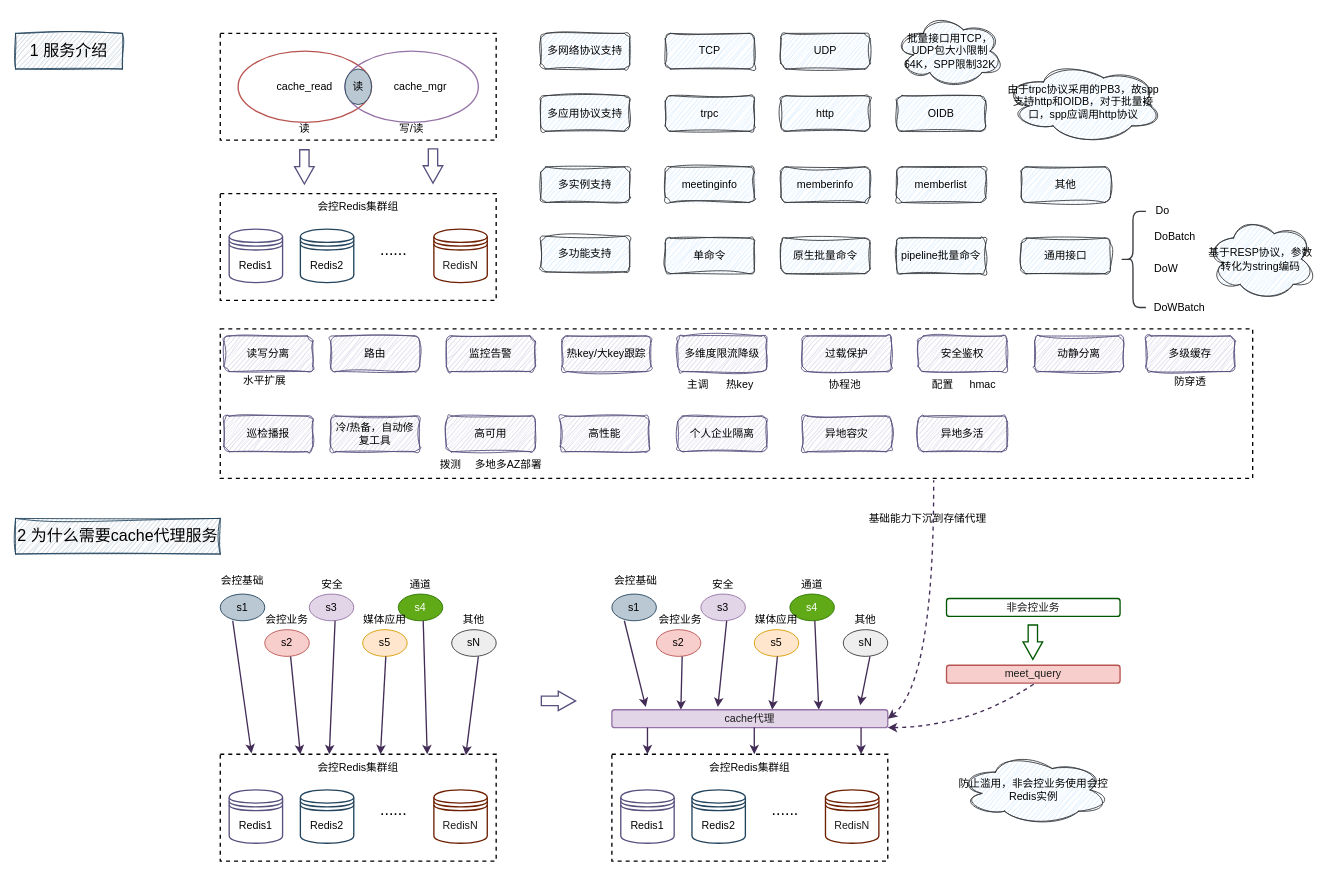
melonshell/draw.io keeps this draw.io diagram as base/cache架构.drawio. Above is the earlier version. Source tidied: cells renumbered, new cells numbered last; positions are measured from the earlier drawing's top-left corner, leaving out a move shared by most shapes. Both pictures are drawn from the tidied source at 89%, with x=0, y=0 at pixel (15, 15).
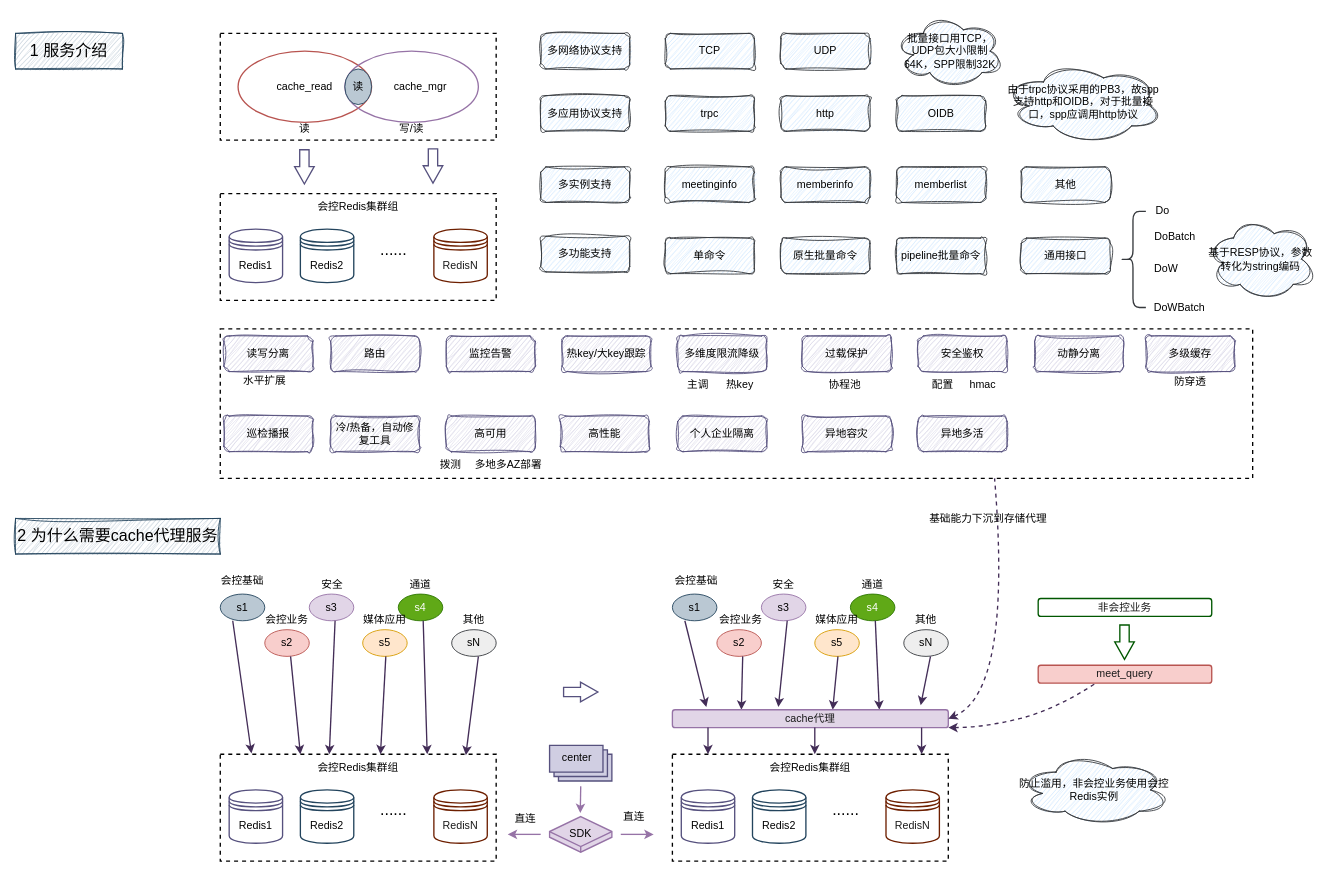
After the change.

The change refers to these unchanged cells:
```xml
<mxCell id="2" style="rounded=0;whiteSpace=wrap;html=1;fillColor=none;strokeWidth=1.5;dashed=1;" parent="1" vertex="1">
  <mxGeometry x="230" y="352" width="1160" height="168" as="geometry" />
</mxCell>
```

What changed in the source:
```diff
@@
     <mxCell id="89" style="shape=flexArrow;endArrow=classic;html=1;rounded=0;endWidth=10;endSize=6;strokeWidth=1.5;fillColor=none;strokeColor=#56517e;" parent="1" edge="1">
       <mxGeometry relative="1" as="geometry">
-        <mxPoint x="590" y="770" as="sourcePoint" />
-        <mxPoint x="630" y="770" as="targetPoint" />
+        <mxPoint x="615" y="760" as="sourcePoint" />
+        <mxPoint x="655" y="760" as="targetPoint" />
       </mxGeometry>
     </mxCell>
     <mxCell id="90" style="rounded=0;whiteSpace=wrap;html=1;fillColor=none;strokeWidth=1.5;dashed=1;" parent="1" vertex="1">
-      <mxGeometry x="670" y="830" width="310" height="120" as="geometry" />
+      <mxGeometry x="738" y="830" width="310" height="120" as="geometry" />
     </mxCell>
     <mxCell id="91" value="Redis1" style="shape=datastore;whiteSpace=wrap;html=1;strokeWidth=1.5;fillColor=none;strokeColor=#56517e;" parent="1" vertex="1">
-      <mxGeometry x="680" y="870" width="60" height="60" as="geometry" />
+      <mxGeometry x="748" y="870" width="60" height="60" as="geometry" />
     </mxCell>
     <mxCell id="92" value="Redis2" style="shape=datastore;whiteSpace=wrap;html=1;strokeWidth=1.5;fillColor=none;strokeColor=#23445d;" parent="1" vertex="1">
-      <mxGeometry x="760" y="870" width="60" height="60" as="geometry" />
+      <mxGeometry x="828" y="870" width="60" height="60" as="geometry" />
     </mxCell>
     <mxCell id="93" value="&lt;font color=&quot;#1a1a1a&quot;&gt;RedisN&lt;/font&gt;" style="shape=datastore;whiteSpace=wrap;html=1;strokeWidth=1.5;fillColor=none;strokeColor=#6D1F00;fontColor=#ffffff;" parent="1" vertex="1">
-      <mxGeometry x="910" y="870" width="60" height="60" as="geometry" />
+      <mxGeometry x="978" y="870" width="60" height="60" as="geometry" />
     </mxCell>
     <mxCell id="94" value="&lt;font style=&quot;font-size: 18px;&quot;&gt;......&lt;/font&gt;" style="rounded=0;whiteSpace=wrap;html=1;fillColor=none;strokeColor=none;" parent="1" vertex="1">
-      <mxGeometry x="830" y="878" width="70" height="30" as="geometry" />
+      <mxGeometry x="898" y="878" width="70" height="30" as="geometry" />
     </mxCell>
     <mxCell id="95" value="会控Redis集群组" style="rounded=0;whiteSpace=wrap;html=1;fillColor=none;strokeColor=none;" parent="1" vertex="1">
-      <mxGeometry x="760" y="830" width="130" height="30" as="geometry" />
+      <mxGeometry x="828" y="830" width="130" height="30" as="geometry" />
     </mxCell>
     <mxCell id="96" value="s1" style="ellipse;whiteSpace=wrap;html=1;fillColor=#bac8d3;strokeColor=#23445d;" parent="1" vertex="1">
-      <mxGeometry x="670" y="650" width="50" height="30" as="geometry" />
+      <mxGeometry x="738" y="650" width="50" height="30" as="geometry" />
     </mxCell>
     <mxCell id="97" value="s2" style="ellipse;whiteSpace=wrap;html=1;fillColor=#f8cecc;strokeColor=#b85450;" parent="1" vertex="1">
-      <mxGeometry x="720" y="690" width="50" height="30" as="geometry" />
+      <mxGeometry x="788" y="690" width="50" height="30" as="geometry" />
     </mxCell>
     <mxCell id="98" value="s3" style="ellipse;whiteSpace=wrap;html=1;fillColor=#e1d5e7;strokeColor=#9673a6;" parent="1" vertex="1">
-      <mxGeometry x="770" y="650" width="50" height="30" as="geometry" />
+      <mxGeometry x="838" y="650" width="50" height="30" as="geometry" />
     </mxCell>
     <mxCell id="99" value="s4" style="ellipse;whiteSpace=wrap;html=1;fillColor=#60a917;strokeColor=#2D7600;fontColor=#ffffff;" parent="1" vertex="1">
-      <mxGeometry x="870" y="650" width="50" height="30" as="geometry" />
+      <mxGeometry x="938" y="650" width="50" height="30" as="geometry" />
     </mxCell>
     <mxCell id="100" value="s5" style="ellipse;whiteSpace=wrap;html=1;fillColor=#ffe6cc;strokeColor=#d79b00;" parent="1" vertex="1">
-      <mxGeometry x="830" y="690" width="50" height="30" as="geometry" />
+      <mxGeometry x="898" y="690" width="50" height="30" as="geometry" />
     </mxCell>
     <mxCell id="101" value="sN" style="ellipse;whiteSpace=wrap;html=1;fillColor=#eeeeee;strokeColor=#36393d;" parent="1" vertex="1">
-      <mxGeometry x="930" y="690" width="50" height="30" as="geometry" />
+      <mxGeometry x="998" y="690" width="50" height="30" as="geometry" />
     </mxCell>
@@
     <mxCell id="103" style="endArrow=classic;html=1;rounded=0;exitX=0.28;exitY=1;exitDx=0;exitDy=0;exitPerimeter=0;strokeWidth=1.5;fillColor=#76608a;strokeColor=#432D57;entryX=0.25;entryY=0;entryDx=0;entryDy=0;" parent="1" edge="1" target="108">
       <mxGeometry relative="1" as="geometry">
-        <mxPoint x="749" y="720" as="sourcePoint" />
+        <mxPoint x="817" y="720" as="sourcePoint" />
       </mxGeometry>
     </mxCell>
     <mxCell id="104" style="endArrow=classic;html=1;rounded=0;exitX=0.28;exitY=1;exitDx=0;exitDy=0;exitPerimeter=0;strokeWidth=1.5;fillColor=#76608a;strokeColor=#432D57;entryX=0.384;entryY=-0.15;entryDx=0;entryDy=0;entryPerimeter=0;" parent="1" edge="1" target="108">
       <mxGeometry relative="1" as="geometry">
-        <mxPoint x="799" y="680" as="sourcePoint" />
+        <mxPoint x="867" y="680" as="sourcePoint" />
       </mxGeometry>
     </mxCell>
     <mxCell id="105" style="endArrow=classic;html=1;rounded=0;exitX=0.28;exitY=1;exitDx=0;exitDy=0;exitPerimeter=0;strokeWidth=1.5;fillColor=#76608a;strokeColor=#432D57;entryX=0.581;entryY=0;entryDx=0;entryDy=0;entryPerimeter=0;" parent="1" edge="1" target="108">
       <mxGeometry relative="1" as="geometry">
-        <mxPoint x="856" y="720" as="sourcePoint" />
+        <mxPoint x="924" y="720" as="sourcePoint" />
       </mxGeometry>
     </mxCell>
     <mxCell id="106" style="endArrow=classic;html=1;rounded=0;exitX=0.28;exitY=1;exitDx=0;exitDy=0;exitPerimeter=0;strokeWidth=1.5;fillColor=#76608a;strokeColor=#432D57;entryX=0.75;entryY=0;entryDx=0;entryDy=0;" parent="1" edge="1" target="108">
       <mxGeometry relative="1" as="geometry">
-        <mxPoint x="898" y="680" as="sourcePoint" />
+        <mxPoint x="966" y="680" as="sourcePoint" />
       </mxGeometry>
     </mxCell>
     <mxCell id="107" style="endArrow=classic;html=1;rounded=0;exitX=0.28;exitY=1;exitDx=0;exitDy=0;exitPerimeter=0;strokeWidth=1.5;fillColor=#76608a;strokeColor=#432D57;entryX=0.9;entryY=-0.25;entryDx=0;entryDy=0;entryPerimeter=0;" parent="1" edge="1" target="108">
       <mxGeometry relative="1" as="geometry">
-        <mxPoint x="960" y="720" as="sourcePoint" />
+        <mxPoint x="1028" y="720" as="sourcePoint" />
       </mxGeometry>
     </mxCell>
     <mxCell id="108" value="&lt;font color=&quot;#1a1a1a&quot;&gt;cache代理&lt;/font&gt;" style="rounded=1;whiteSpace=wrap;html=1;fillColor=#e1d5e7;strokeWidth=1.5;strokeColor=#9673a6;" parent="1" vertex="1">
-      <mxGeometry x="670" y="780" width="310" height="20" as="geometry" />
+      <mxGeometry x="738" y="780" width="310" height="20" as="geometry" />
     </mxCell>
     <mxCell id="109" style="endArrow=classic;html=1;rounded=0;exitX=0.28;exitY=1;exitDx=0;exitDy=0;exitPerimeter=0;strokeWidth=1.5;fillColor=#76608a;strokeColor=#432D57;" parent="1" edge="1">
       <mxGeometry relative="1" as="geometry">
-        <mxPoint x="710" y="800" as="sourcePoint" />
-        <mxPoint x="710" y="830" as="targetPoint" />
+        <mxPoint x="778" y="800" as="sourcePoint" />
+        <mxPoint x="778" y="830" as="targetPoint" />
       </mxGeometry>
     </mxCell>
     <mxCell id="110" style="endArrow=classic;html=1;rounded=0;exitX=0.28;exitY=1;exitDx=0;exitDy=0;exitPerimeter=0;strokeWidth=1.5;fillColor=#76608a;strokeColor=#432D57;" parent="1" edge="1">
       <mxGeometry relative="1" as="geometry">
-        <mxPoint x="830" y="800" as="sourcePoint" />
-        <mxPoint x="830" y="830" as="targetPoint" />
+        <mxPoint x="898" y="800" as="sourcePoint" />
+        <mxPoint x="898" y="830" as="targetPoint" />
       </mxGeometry>
     </mxCell>
     <mxCell id="111" style="endArrow=classic;html=1;rounded=0;exitX=0.28;exitY=1;exitDx=0;exitDy=0;exitPerimeter=0;strokeWidth=1.5;fillColor=#76608a;strokeColor=#432D57;" parent="1" edge="1">
       <mxGeometry relative="1" as="geometry">
-        <mxPoint x="950" y="800" as="sourcePoint" />
-        <mxPoint x="950" y="830" as="targetPoint" />
+        <mxPoint x="1018" y="800" as="sourcePoint" />
+        <mxPoint x="1018" y="830" as="targetPoint" />
       </mxGeometry>
     </mxCell>
     <mxCell id="112" value="防止滥用，非会控业务使用会控Redis实例" style="ellipse;shape=cloud;whiteSpace=wrap;html=1;fillColor=#cce5ff;strokeColor=#36393d;sketch=1;curveFitting=1;jiggle=2;" parent="1" vertex="1">
-      <mxGeometry x="1058.5" y="830" width="170" height="80" as="geometry" />
+      <mxGeometry x="1126.5" y="830" width="170" height="80" as="geometry" />
     </mxCell>
-    <mxCell id="113" style="curved=1;endArrow=none;html=1;rounded=0;entryX=0.691;entryY=1.012;entryDx=0;entryDy=0;entryPerimeter=0;strokeWidth=1.5;fillColor=#76608a;strokeColor=#432D57;dashed=1;startArrow=classic;startFill=1;endFill=0;" parent="1" edge="1" target="2">
+    <mxCell id="113" style="curved=1;endArrow=none;html=1;rounded=0;strokeWidth=1.5;fillColor=#76608a;strokeColor=#432D57;dashed=1;startArrow=classic;startFill=1;endFill=0;exitX=1;exitY=0.5;exitDx=0;exitDy=0;entryX=0.75;entryY=1;entryDx=0;entryDy=0;" parent="1" edge="1" source="108" target="2">
       <mxGeometry relative="1" as="geometry">
-        <mxPoint x="980" y="790" as="sourcePoint" />
         <Array as="points">
-          <mxPoint x="1032" y="750" />
+          <mxPoint x="1120" y="760" />
         </Array>
       </mxGeometry>
     </mxCell>
@@
     <mxCell id="120" value="其他" style="rounded=0;whiteSpace=wrap;html=1;fillColor=none;strokeColor=none;" parent="1" vertex="1">
-      <mxGeometry x="920" y="664" width="70" height="30" as="geometry" />
+      <mxGeometry x="988" y="664" width="70" height="30" as="geometry" />
     </mxCell>
     <mxCell id="121" value="会控基础" style="rounded=0;whiteSpace=wrap;html=1;fillColor=none;strokeColor=none;" parent="1" vertex="1">
-      <mxGeometry x="662" y="620" width="70" height="30" as="geometry" />
+      <mxGeometry x="730" y="620" width="70" height="30" as="geometry" />
     </mxCell>
     <mxCell id="122" value="会控业务" style="rounded=0;whiteSpace=wrap;html=1;fillColor=none;strokeColor=none;" parent="1" vertex="1">
-      <mxGeometry x="712" y="664" width="70" height="30" as="geometry" />
+      <mxGeometry x="780" y="664" width="70" height="30" as="geometry" />
     </mxCell>
     <mxCell id="123" value="安全" style="rounded=0;whiteSpace=wrap;html=1;fillColor=none;strokeColor=none;" parent="1" vertex="1">
-      <mxGeometry x="760" y="625" width="70" height="30" as="geometry" />
+      <mxGeometry x="828" y="625" width="70" height="30" as="geometry" />
     </mxCell>
     <mxCell id="124" value="媒体应用" style="rounded=0;whiteSpace=wrap;html=1;fillColor=none;strokeColor=none;" parent="1" vertex="1">
-      <mxGeometry x="820" y="664" width="70" height="30" as="geometry" />
+      <mxGeometry x="888" y="664" width="70" height="30" as="geometry" />
     </mxCell>
     <mxCell id="125" value="通道" style="rounded=0;whiteSpace=wrap;html=1;fillColor=none;strokeColor=none;" parent="1" vertex="1">
-      <mxGeometry x="860" y="625" width="70" height="30" as="geometry" />
+      <mxGeometry x="928" y="625" width="70" height="30" as="geometry" />
     </mxCell>
     <mxCell id="126" value="基础能力下沉到存储代理" style="rounded=1;whiteSpace=wrap;html=1;fillColor=none;strokeColor=none;sketch=1;curveFitting=1;jiggle=2;" parent="1" vertex="1">
-      <mxGeometry x="945" y="550" width="160" height="30" as="geometry" />
+      <mxGeometry x="1013" y="550" width="160" height="30" as="geometry" />
     </mxCell>
     <mxCell id="127" value="&lt;font color=&quot;#1a1a1a&quot;&gt;meet_query&lt;/font&gt;" style="rounded=1;whiteSpace=wrap;html=1;fillColor=#f8cecc;strokeWidth=1.5;strokeColor=#b85450;" parent="1" vertex="1">
-      <mxGeometry x="1046" y="730" width="195" height="20" as="geometry" />
+      <mxGeometry x="1149" y="730" width="195" height="20" as="geometry" />
     </mxCell>
     <mxCell id="128" value="&lt;font color=&quot;#1a1a1a&quot;&gt;非会控业务&lt;/font&gt;" style="rounded=1;whiteSpace=wrap;html=1;fillColor=none;strokeWidth=1.5;strokeColor=#005700;fontColor=#ffffff;" parent="1" vertex="1">
-      <mxGeometry x="1046" y="655" width="195" height="20" as="geometry" />
+      <mxGeometry x="1149" y="655" width="195" height="20" as="geometry" />
     </mxCell>
     <mxCell id="129" style="shape=flexArrow;endArrow=classic;html=1;rounded=0;endWidth=10;endSize=6;strokeWidth=1.5;fillColor=none;strokeColor=#005700;" parent="1" edge="1">
       <mxGeometry relative="1" as="geometry">
-        <mxPoint x="1143" y="684" as="sourcePoint" />
-        <mxPoint x="1143" y="724" as="targetPoint" />
+        <mxPoint x="1246" y="684" as="sourcePoint" />
+        <mxPoint x="1246" y="724" as="targetPoint" />
       </mxGeometry>
     </mxCell>
     <mxCell id="130" style="curved=1;endArrow=none;html=1;rounded=0;entryX=0.691;entryY=1.012;entryDx=0;entryDy=0;entryPerimeter=0;strokeWidth=1.5;fillColor=#76608a;strokeColor=#432D57;dashed=1;startArrow=classic;startFill=1;endFill=0;exitX=1;exitY=1;exitDx=0;exitDy=0;" parent="1" edge="1" source="108">
       <mxGeometry relative="1" as="geometry">
-        <mxPoint x="1146" y="750" as="targetPoint" />
+        <mxPoint x="1214" y="750" as="targetPoint" />
         <Array as="points">
-          <mxPoint x="1020" y="800" />
-          <mxPoint x="1100" y="780" />
+          <mxPoint x="1088" y="800" />
+          <mxPoint x="1168" y="780" />
         </Array>
       </mxGeometry>
     </mxCell>
+    <mxCell id="131" value="SDK" style="html=1;whiteSpace=wrap;shape=isoCube2;backgroundOutline=1;isoAngle=15;strokeWidth=1.5;fillColor=#e1d5e7;strokeColor=#9673a6;" parent="1" vertex="1">
+      <mxGeometry x="600" y="900" width="70" height="40" as="geometry" />
+    </mxCell>
+    <mxCell id="132" style="verticalLabelPosition=bottom;verticalAlign=top;html=1;shape=mxgraph.basic.layered_rect;dx=10;whiteSpace=wrap;strokeWidth=1.5;fillColor=#d0cee2;strokeColor=#56517e;" parent="1" vertex="1">
+      <mxGeometry x="600" y="820" width="70" height="40" as="geometry" />
+    </mxCell>
+    <mxCell id="133" value="center" style="rounded=0;whiteSpace=wrap;html=1;fillColor=none;strokeColor=none;" parent="1" vertex="1">
+      <mxGeometry x="596" y="819" width="70" height="30" as="geometry" />
+    </mxCell>
+    <mxCell id="134" style="endArrow=classic;html=1;rounded=0;strokeWidth=1.5;fillColor=#e1d5e7;strokeColor=#9673a6;" parent="1" edge="1">
+      <mxGeometry relative="1" as="geometry">
+        <mxPoint x="635" y="866" as="sourcePoint" />
+        <mxPoint x="634.5" y="896" as="targetPoint" />
+      </mxGeometry>
+    </mxCell>
+    <mxCell id="135" style="endArrow=classic;html=1;rounded=0;strokeWidth=1.5;fillColor=#e1d5e7;strokeColor=#9673a6;" parent="1" edge="1">
+      <mxGeometry relative="1" as="geometry">
+        <mxPoint x="680" y="920" as="sourcePoint" />
+        <mxPoint x="717" y="920" as="targetPoint" />
+      </mxGeometry>
+    </mxCell>
+    <mxCell id="136" style="endArrow=classic;html=1;rounded=0;strokeWidth=1.5;fillColor=#e1d5e7;strokeColor=#9673a6;" parent="1" edge="1">
+      <mxGeometry relative="1" as="geometry">
+        <mxPoint x="590" y="920" as="sourcePoint" />
+        <mxPoint x="553" y="920" as="targetPoint" />
+      </mxGeometry>
+    </mxCell>
+    <mxCell id="137" value="直连" style="rounded=0;whiteSpace=wrap;html=1;fillColor=none;strokeColor=none;" parent="1" vertex="1">
+      <mxGeometry x="660" y="885" width="70" height="30" as="geometry" />
+    </mxCell>
+    <mxCell id="138" value="直连" style="rounded=0;whiteSpace=wrap;html=1;fillColor=none;strokeColor=none;" parent="1" vertex="1">
+      <mxGeometry x="538" y="888" width="70" height="30" as="geometry" />
+    </mxCell>
```
